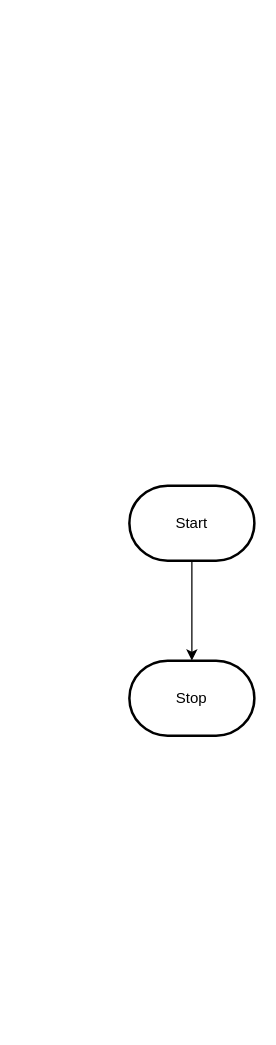
david-ezenwa/ICD2O-Assignment-03-david-ezenwa keeps this draw.io diagram as design/flowchart.drawio. Above is the earlier version. Source tidied: cells renumbered, new cells numbered last; positions are measured from the earlier drawing's top-left corner, leaving out a move shared by most shapes. Both pictures are drawn from the tidied source at 125%, with x=0, y=0 at pixel (129, 485).
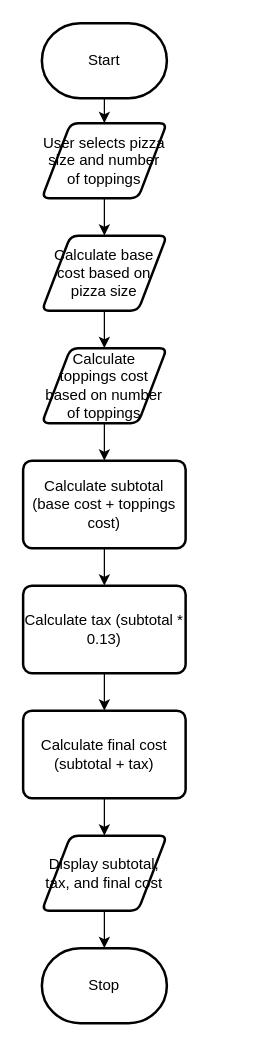
After the change.

Commit message (it also covers changes not shown here):
added storyboard and flowchart

Change to the diagram source:
```diff
@@
 <mxGraphModel>
   <root>
     <mxCell id="0" />
     <mxCell id="1" parent="0" />
-    <mxCell id="2" style="edgeStyle=orthogonalEdgeStyle;html=1;rounded=0;" parent="1" edge="1" source="3" target="4">
-      <mxGeometry relative="1" as="geometry" />
-    </mxCell>
+    <mxCell id="5" style="edgeStyle=none;html=1;exitX=0.5;exitY=1;exitDx=0;exitDy=0;exitPerimeter=0;entryX=0.5;entryY=0;entryDx=0;entryDy=0;" parent="1" edge="1" source="3" target="2">
+      <mxGeometry relative="1" as="geometry" />
+    </mxCell>
     <mxCell id="3" value="Start" style="strokeWidth=2;html=1;shape=mxgraph.flowchart.terminator;whiteSpace=wrap;" parent="1" vertex="1">
-      <mxGeometry width="100" height="60" as="geometry" />
+      <mxGeometry x="-70" y="-370" width="100" height="60" as="geometry" />
     </mxCell>
     <mxCell id="4" value="Stop" style="strokeWidth=2;html=1;shape=mxgraph.flowchart.terminator;whiteSpace=wrap;" parent="1" vertex="1">
-      <mxGeometry y="140" width="100" height="60" as="geometry" />
+      <mxGeometry x="-70" y="370" width="100" height="60" as="geometry" />
     </mxCell>
+    <mxCell id="6" style="edgeStyle=none;html=1;exitX=0.5;exitY=1;exitDx=0;exitDy=0;entryX=0.5;entryY=0;entryDx=0;entryDy=0;" parent="1" edge="1" source="2" target="10">
+      <mxGeometry relative="1" as="geometry" />
+    </mxCell>
+    <mxCell id="2" value="User selects pizza size and number of toppings" style="shape=parallelogram;html=1;strokeWidth=2;perimeter=parallelogramPerimeter;whiteSpace=wrap;rounded=1;arcSize=12;size=0.23;" parent="1" vertex="1">
+      <mxGeometry x="-70" y="-290" width="100" height="60" as="geometry" />
+    </mxCell>
+    <mxCell id="7" style="edgeStyle=none;html=1;exitX=0.5;exitY=1;exitDx=0;exitDy=0;entryX=0.5;entryY=0;entryDx=0;entryDy=0;" parent="1" edge="1" source="8" target="18">
+      <mxGeometry relative="1" as="geometry" />
+    </mxCell>
+    <mxCell id="8" value="Calculate toppings cost based on number of toppings" style="shape=parallelogram;html=1;strokeWidth=2;perimeter=parallelogramPerimeter;whiteSpace=wrap;rounded=1;arcSize=12;size=0.23;" parent="1" vertex="1">
+      <mxGeometry x="-70" y="-110" width="100" height="60" as="geometry" />
+    </mxCell>
+    <mxCell id="9" style="edgeStyle=none;html=1;entryX=0.5;entryY=0;entryDx=0;entryDy=0;" parent="1" edge="1" source="10" target="8">
+      <mxGeometry relative="1" as="geometry" />
+    </mxCell>
+    <mxCell id="10" value="Calculate base cost based on pizza size" style="shape=parallelogram;html=1;strokeWidth=2;perimeter=parallelogramPerimeter;whiteSpace=wrap;rounded=1;arcSize=12;size=0.23;" parent="1" vertex="1">
+      <mxGeometry x="-70" y="-200" width="100" height="60" as="geometry" />
+    </mxCell>
+    <mxCell id="11" style="edgeStyle=none;html=1;exitX=0.5;exitY=1;exitDx=0;exitDy=0;entryX=0.5;entryY=0;entryDx=0;entryDy=0;entryPerimeter=0;" parent="1" edge="1" source="12" target="4">
+      <mxGeometry relative="1" as="geometry" />
+    </mxCell>
+    <mxCell id="12" value="Display subtotal, tax, and final cost" style="shape=parallelogram;html=1;strokeWidth=2;perimeter=parallelogramPerimeter;whiteSpace=wrap;rounded=1;arcSize=12;size=0.23;" parent="1" vertex="1">
+      <mxGeometry x="-70" y="280" width="100" height="60" as="geometry" />
+    </mxCell>
+    <mxCell id="13" style="edgeStyle=none;html=1;exitX=0.5;exitY=1;exitDx=0;exitDy=0;entryX=0.5;entryY=0;entryDx=0;entryDy=0;" parent="1" edge="1" source="14" target="12">
+      <mxGeometry relative="1" as="geometry" />
+    </mxCell>
+    <mxCell id="14" value="Calculate final cost (subtotal + tax)" style="rounded=1;whiteSpace=wrap;html=1;absoluteArcSize=1;arcSize=14;strokeWidth=2;" parent="1" vertex="1">
+      <mxGeometry x="-85" y="180" width="130" height="70" as="geometry" />
+    </mxCell>
+    <mxCell id="15" style="edgeStyle=none;html=1;exitX=0.5;exitY=1;exitDx=0;exitDy=0;entryX=0.5;entryY=0;entryDx=0;entryDy=0;" parent="1" edge="1" source="16" target="14">
+      <mxGeometry relative="1" as="geometry" />
+    </mxCell>
+    <mxCell id="16" value="Calculate tax (subtotal * 0.13)" style="rounded=1;whiteSpace=wrap;html=1;absoluteArcSize=1;arcSize=14;strokeWidth=2;" parent="1" vertex="1">
+      <mxGeometry x="-85" y="80" width="130" height="70" as="geometry" />
+    </mxCell>
+    <mxCell id="17" style="edgeStyle=none;html=1;exitX=0.5;exitY=1;exitDx=0;exitDy=0;entryX=0.5;entryY=0;entryDx=0;entryDy=0;" parent="1" edge="1" source="18" target="16">
+      <mxGeometry relative="1" as="geometry" />
+    </mxCell>
+    <mxCell id="18" value="Calculate subtotal (base cost + toppings cost)" style="rounded=1;whiteSpace=wrap;html=1;absoluteArcSize=1;arcSize=14;strokeWidth=2;" parent="1" vertex="1">
+      <mxGeometry x="-85" y="-20" width="130" height="70" as="geometry" />
+    </mxCell>
   </root>
 </mxGraphModel>
```
